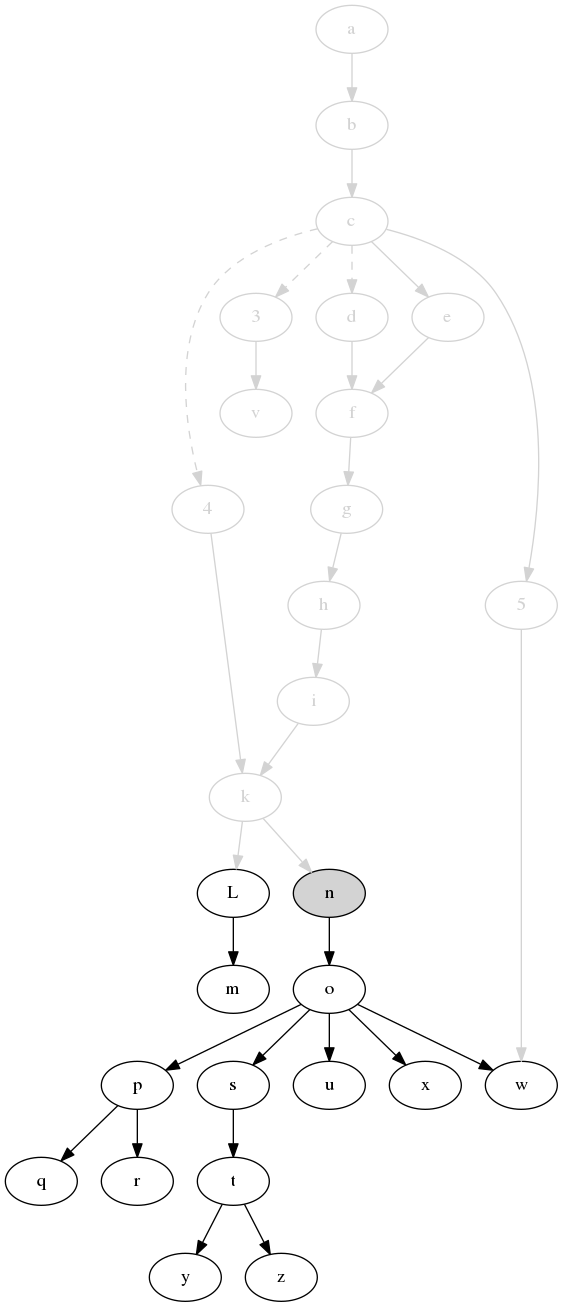
Earlier version of the Graphviz export svm-startup-deps.png (jdmpapin/svm-startup-deps). Its source is kept beside it as svm-startup-deps.dot.
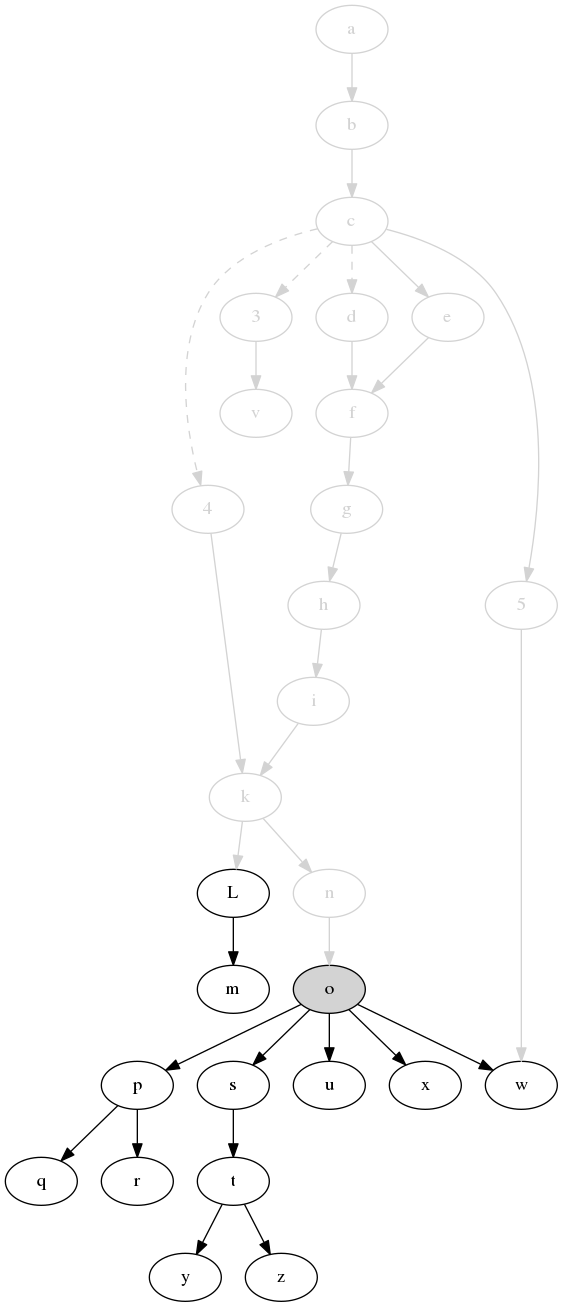
After the change.

Commit message:
Close n, open o

What changed in the source:
```diff
@@ -14,8 +14,8 @@
     L;
     m;
     5 [color=lightgrey,fontcolor=lightgrey];
-    n [style=filled,fillcolor=lightgrey];
-    o;
+    n [color=lightgrey,fontcolor=lightgrey];
+    o [style=filled,fillcolor=lightgrey];
     p;
     q;
     r;
@@ -46,7 +46,7 @@
     k -> L [color=lightgrey];
     L -> m;
     k -> n [color=lightgrey];
-    n -> o;
+    n -> o [color=lightgrey];
     o -> p;
     p -> q;
     p -> r;
```
